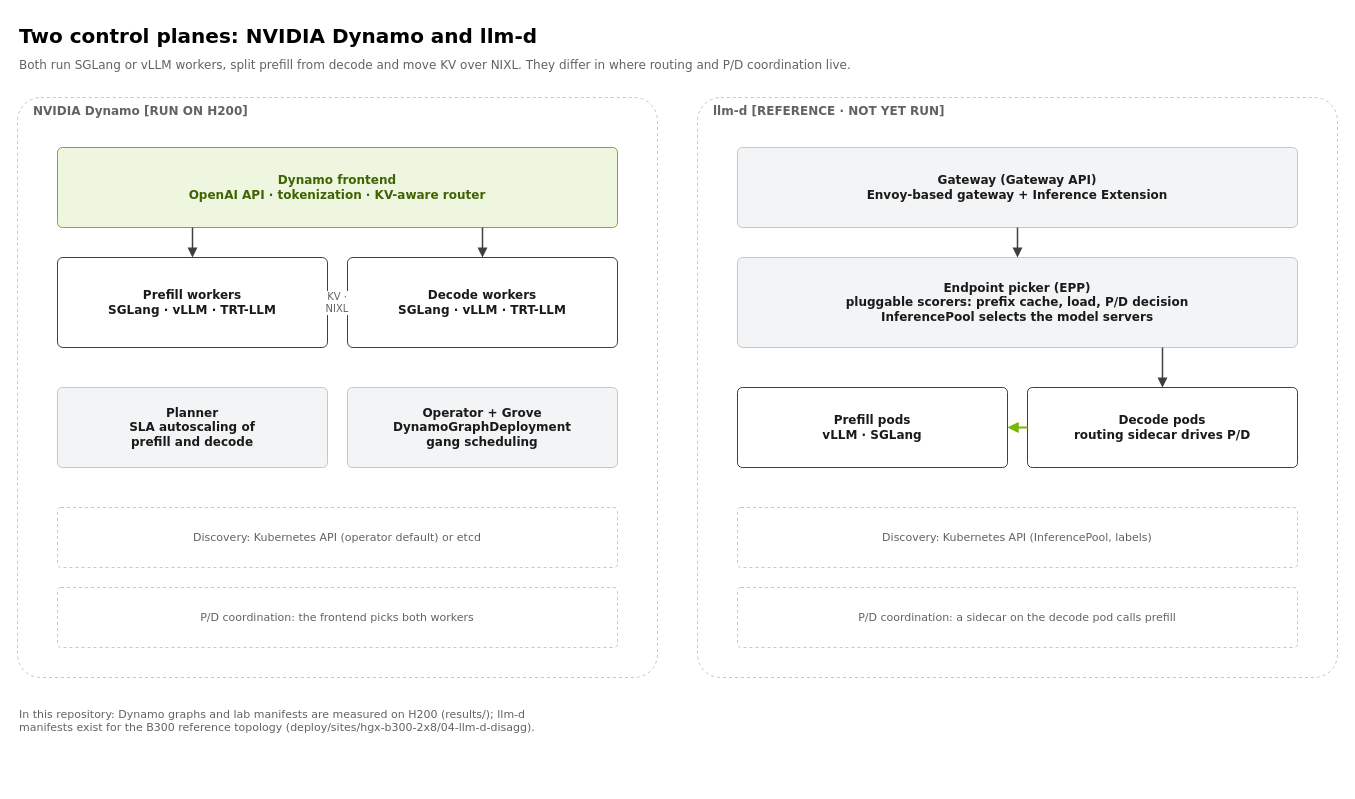
This is assets/diagrams/src/control-planes.drawio from bhajian/disaggregated-serving, a draw.io file, before an edit. Source tidied: cells renumbered, new cells numbered last; positions are measured from the earlier drawing's top-left corner, leaving out a move shared by most shapes. Both pictures are drawn from the tidied source at 100%, with x=0, y=0 at pixel (17, 17).
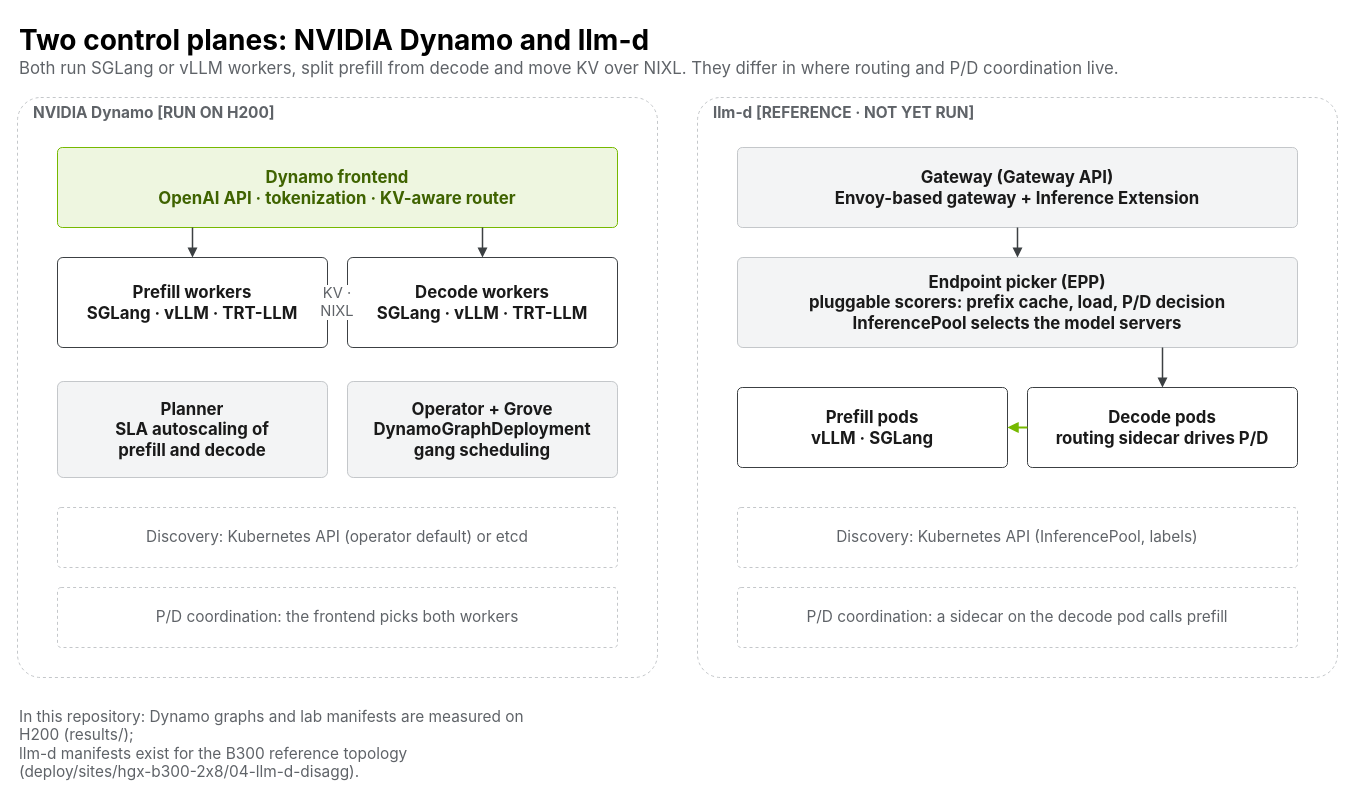
After the change.

The edit, as a diff of the source:
```diff
@@
-    <mxCell id="2" value="Two control planes: NVIDIA Dynamo and llm-d" style="html=1;fontFamily=DejaVu Sans;whiteSpace=wrap;text;fontSize=20;fontStyle=1;align=left;verticalAlign=top;" parent="1" vertex="1">
+    <mxCell id="2" value="Two control planes: NVIDIA Dynamo and llm-d" style="html=1;fontFamily=Inter;whiteSpace=wrap;text;fontSize=28.0;fontStyle=1;align=left;verticalAlign=top;" parent="1" vertex="1">
       <mxGeometry width="1320" height="30" as="geometry" />
     </mxCell>
-    <mxCell id="3" value="Both run SGLang or vLLM workers, split prefill from decode and move KV over NIXL. They differ in where routing and P/D coordination live." style="html=1;fontFamily=DejaVu Sans;whiteSpace=wrap;text;fontSize=12;fontColor=#5F6368;align=left;" parent="1" vertex="1">
+    <mxCell id="3" value="Both run SGLang or vLLM workers, split prefill from decode and move KV over NIXL. They differ in where routing and P/D coordination live." style="html=1;fontFamily=Inter;whiteSpace=wrap;text;fontSize=16.8;fontColor=#5F6368;align=left;" parent="1" vertex="1">
       <mxGeometry y="34" width="1320" height="24" as="geometry" />
     </mxCell>
-    <mxCell id="4" value="NVIDIA Dynamo    [RUN ON H200]" style="html=1;fontFamily=DejaVu Sans;whiteSpace=wrap;rounded=1;arcSize=4;fillColor=#FFFFFF;strokeColor=#C4C7CA;dashed=1;verticalAlign=top;align=left;spacingLeft=14;fontStyle=1;fontColor=#5F6368;" parent="1" vertex="1">
+    <mxCell id="4" value="NVIDIA Dynamo    [RUN ON H200]" style="html=1;fontFamily=Inter;whiteSpace=wrap;rounded=1;arcSize=4;fillColor=#FFFFFF;strokeColor=#C4C7CA;dashed=1;verticalAlign=top;align=left;spacingLeft=14;fontStyle=1;fontSize=15.4;fontColor=#5F6368;" parent="1" vertex="1">
       <mxGeometry y="80" width="640" height="580" as="geometry" />
     </mxCell>
-    <mxCell id="5" value="llm-d    [REFERENCE · NOT YET RUN]" style="html=1;fontFamily=DejaVu Sans;whiteSpace=wrap;rounded=1;arcSize=4;fillColor=#FFFFFF;strokeColor=#C4C7CA;dashed=1;verticalAlign=top;align=left;spacingLeft=14;fontStyle=1;fontColor=#5F6368;" parent="1" vertex="1">
+    <mxCell id="5" value="llm-d    [REFERENCE · NOT YET RUN]" style="html=1;fontFamily=Inter;whiteSpace=wrap;rounded=1;arcSize=4;fillColor=#FFFFFF;strokeColor=#C4C7CA;dashed=1;verticalAlign=top;align=left;spacingLeft=14;fontStyle=1;fontSize=15.4;fontColor=#5F6368;" parent="1" vertex="1">
       <mxGeometry x="680" y="80" width="640" height="580" as="geometry" />
     </mxCell>
-    <mxCell id="6" value="Dynamo frontend&#10;OpenAI API · tokenization · KV-aware router" style="html=1;fontFamily=DejaVu Sans;whiteSpace=wrap;rounded=1;arcSize=6;fillColor=#EEF6E0;strokeColor=#76B900;fontColor=#3F6300;dashed=0;fontSize=12;fontStyle=1;" parent="1" vertex="1">
+    <mxCell id="6" value="Dynamo frontend&#10;OpenAI API · tokenization · KV-aware router" style="html=1;fontFamily=Inter;whiteSpace=wrap;rounded=1;arcSize=6;fillColor=#EEF6E0;strokeColor=#76B900;fontColor=#3F6300;dashed=0;fontSize=16.8;fontStyle=1;" parent="1" vertex="1">
       <mxGeometry x="40" y="130" width="560" height="80" as="geometry" />
     </mxCell>
-    <mxCell id="7" value="Planner&#10;SLA autoscaling of&#10;prefill and decode" style="html=1;fontFamily=DejaVu Sans;whiteSpace=wrap;rounded=1;arcSize=6;fillColor=#F3F4F5;strokeColor=#C4C7CA;fontColor=#1A1A1A;dashed=0;fontSize=12;fontStyle=1;" parent="1" vertex="1">
-      <mxGeometry x="40" y="370" width="270" height="80" as="geometry" />
+    <mxCell id="7" value="Planner&#10;SLA autoscaling of&#10;prefill and decode" style="html=1;fontFamily=Inter;whiteSpace=wrap;rounded=1;arcSize=6;fillColor=#F3F4F5;strokeColor=#C4C7CA;fontColor=#1A1A1A;dashed=0;fontSize=16.8;fontStyle=1;" parent="1" vertex="1">
+      <mxGeometry x="40" y="364" width="270" height="96" as="geometry" />
     </mxCell>
-    <mxCell id="8" value="Operator + Grove&#10;DynamoGraphDeployment&#10;gang scheduling" style="html=1;fontFamily=DejaVu Sans;whiteSpace=wrap;rounded=1;arcSize=6;fillColor=#F3F4F5;strokeColor=#C4C7CA;fontColor=#1A1A1A;dashed=0;fontSize=12;fontStyle=1;" parent="1" vertex="1">
-      <mxGeometry x="330" y="370" width="270" height="80" as="geometry" />
+    <mxCell id="8" value="Operator + Grove&#10;DynamoGraphDeployment&#10;gang scheduling" style="html=1;fontFamily=Inter;whiteSpace=wrap;rounded=1;arcSize=6;fillColor=#F3F4F5;strokeColor=#C4C7CA;fontColor=#1A1A1A;dashed=0;fontSize=16.8;fontStyle=1;" parent="1" vertex="1">
+      <mxGeometry x="330" y="364" width="270" height="96" as="geometry" />
     </mxCell>
-    <mxCell id="9" value="Prefill workers&#10;SGLang · vLLM · TRT-LLM" style="html=1;fontFamily=DejaVu Sans;whiteSpace=wrap;rounded=1;arcSize=6;fillColor=#FFFFFF;strokeColor=#3C4043;fontColor=#1A1A1A;dashed=0;fontSize=12;fontStyle=1;" parent="1" vertex="1">
+    <mxCell id="9" value="Prefill workers&#10;SGLang · vLLM · TRT-LLM" style="html=1;fontFamily=Inter;whiteSpace=wrap;rounded=1;arcSize=6;fillColor=#FFFFFF;strokeColor=#3C4043;fontColor=#1A1A1A;dashed=0;fontSize=16.8;fontStyle=1;" parent="1" vertex="1">
       <mxGeometry x="40" y="240" width="270" height="90" as="geometry" />
     </mxCell>
-    <mxCell id="10" value="Decode workers&#10;SGLang · vLLM · TRT-LLM" style="html=1;fontFamily=DejaVu Sans;whiteSpace=wrap;rounded=1;arcSize=6;fillColor=#FFFFFF;strokeColor=#3C4043;fontColor=#1A1A1A;dashed=0;fontSize=12;fontStyle=1;" parent="1" vertex="1">
+    <mxCell id="10" value="Decode workers&#10;SGLang · vLLM · TRT-LLM" style="html=1;fontFamily=Inter;whiteSpace=wrap;rounded=1;arcSize=6;fillColor=#FFFFFF;strokeColor=#3C4043;fontColor=#1A1A1A;dashed=0;fontSize=16.8;fontStyle=1;" parent="1" vertex="1">
       <mxGeometry x="330" y="240" width="270" height="90" as="geometry" />
     </mxCell>
-    <mxCell id="11" value="Discovery: Kubernetes API (operator default) or etcd" style="html=1;fontFamily=DejaVu Sans;whiteSpace=wrap;rounded=1;arcSize=6;fillColor=#FFFFFF;strokeColor=#C4C7CA;fontColor=#5F6368;dashed=1;fontSize=11;" parent="1" vertex="1">
+    <mxCell id="11" value="Discovery: Kubernetes API (operator default) or etcd" style="html=1;fontFamily=Inter;whiteSpace=wrap;rounded=1;arcSize=6;fillColor=#FFFFFF;strokeColor=#C4C7CA;fontColor=#5F6368;dashed=1;fontSize=15.4;" parent="1" vertex="1">
       <mxGeometry x="40" y="490" width="560" height="60" as="geometry" />
     </mxCell>
-    <mxCell id="12" value="P/D coordination: the frontend picks both workers" style="html=1;fontFamily=DejaVu Sans;whiteSpace=wrap;rounded=1;arcSize=6;fillColor=#FFFFFF;strokeColor=#C4C7CA;fontColor=#5F6368;dashed=1;fontSize=11;" parent="1" vertex="1">
+    <mxCell id="12" value="P/D coordination: the frontend picks both workers" style="html=1;fontFamily=Inter;whiteSpace=wrap;rounded=1;arcSize=6;fillColor=#FFFFFF;strokeColor=#C4C7CA;fontColor=#5F6368;dashed=1;fontSize=15.4;" parent="1" vertex="1">
       <mxGeometry x="40" y="570" width="560" height="60" as="geometry" />
     </mxCell>
-    <mxCell id="13" value="Gateway (Gateway API)&#10;Envoy-based gateway + Inference Extension" style="html=1;fontFamily=DejaVu Sans;whiteSpace=wrap;rounded=1;arcSize=6;fillColor=#F3F4F5;strokeColor=#C4C7CA;fontColor=#1A1A1A;dashed=0;fontSize=12;fontStyle=1;" parent="1" vertex="1">
+    <mxCell id="13" value="Gateway (Gateway API)&#10;Envoy-based gateway + Inference Extension" style="html=1;fontFamily=Inter;whiteSpace=wrap;rounded=1;arcSize=6;fillColor=#F3F4F5;strokeColor=#C4C7CA;fontColor=#1A1A1A;dashed=0;fontSize=16.8;fontStyle=1;" parent="1" vertex="1">
       <mxGeometry x="720" y="130" width="560" height="80" as="geometry" />
     </mxCell>
-    <mxCell id="14" value="Endpoint picker (EPP)&#10;pluggable scorers: prefix cache, load, P/D decision&#10;InferencePool selects the model servers" style="html=1;fontFamily=DejaVu Sans;whiteSpace=wrap;rounded=1;arcSize=6;fillColor=#F3F4F5;strokeColor=#C4C7CA;fontColor=#1A1A1A;dashed=0;fontSize=12;fontStyle=1;" parent="1" vertex="1">
+    <mxCell id="14" value="Endpoint picker (EPP)&#10;pluggable scorers: prefix cache, load, P/D decision&#10;InferencePool selects the model servers" style="html=1;fontFamily=Inter;whiteSpace=wrap;rounded=1;arcSize=6;fillColor=#F3F4F5;strokeColor=#C4C7CA;fontColor=#1A1A1A;dashed=0;fontSize=16.8;fontStyle=1;" parent="1" vertex="1">
       <mxGeometry x="720" y="240" width="560" height="90" as="geometry" />
     </mxCell>
-    <mxCell id="15" value="Prefill pods&#10;vLLM · SGLang" style="html=1;fontFamily=DejaVu Sans;whiteSpace=wrap;rounded=1;arcSize=6;fillColor=#FFFFFF;strokeColor=#3C4043;fontColor=#1A1A1A;dashed=0;fontSize=12;fontStyle=1;" parent="1" vertex="1">
+    <mxCell id="15" value="Prefill pods&#10;vLLM · SGLang" style="html=1;fontFamily=Inter;whiteSpace=wrap;rounded=1;arcSize=6;fillColor=#FFFFFF;strokeColor=#3C4043;fontColor=#1A1A1A;dashed=0;fontSize=16.8;fontStyle=1;" parent="1" vertex="1">
       <mxGeometry x="720" y="370" width="270" height="80" as="geometry" />
     </mxCell>
-    <mxCell id="16" value="Decode pods&#10;routing sidecar drives P/D" style="html=1;fontFamily=DejaVu Sans;whiteSpace=wrap;rounded=1;arcSize=6;fillColor=#FFFFFF;strokeColor=#3C4043;fontColor=#1A1A1A;dashed=0;fontSize=12;fontStyle=1;" parent="1" vertex="1">
+    <mxCell id="16" value="Decode pods&#10;routing sidecar drives P/D" style="html=1;fontFamily=Inter;whiteSpace=wrap;rounded=1;arcSize=6;fillColor=#FFFFFF;strokeColor=#3C4043;fontColor=#1A1A1A;dashed=0;fontSize=16.8;fontStyle=1;" parent="1" vertex="1">
       <mxGeometry x="1010" y="370" width="270" height="80" as="geometry" />
     </mxCell>
-    <mxCell id="17" value="Discovery: Kubernetes API (InferencePool, labels)" style="html=1;fontFamily=DejaVu Sans;whiteSpace=wrap;rounded=1;arcSize=6;fillColor=#FFFFFF;strokeColor=#C4C7CA;fontColor=#5F6368;dashed=1;fontSize=11;" parent="1" vertex="1">
+    <mxCell id="17" value="Discovery: Kubernetes API (InferencePool, labels)" style="html=1;fontFamily=Inter;whiteSpace=wrap;rounded=1;arcSize=6;fillColor=#FFFFFF;strokeColor=#C4C7CA;fontColor=#5F6368;dashed=1;fontSize=15.4;" parent="1" vertex="1">
       <mxGeometry x="720" y="490" width="560" height="60" as="geometry" />
     </mxCell>
-    <mxCell id="18" value="P/D coordination: a sidecar on the decode pod calls prefill" style="html=1;fontFamily=DejaVu Sans;whiteSpace=wrap;rounded=1;arcSize=6;fillColor=#FFFFFF;strokeColor=#C4C7CA;fontColor=#5F6368;dashed=1;fontSize=11;" parent="1" vertex="1">
+    <mxCell id="18" value="P/D coordination: a sidecar on the decode pod calls prefill" style="html=1;fontFamily=Inter;whiteSpace=wrap;rounded=1;arcSize=6;fillColor=#FFFFFF;strokeColor=#C4C7CA;fontColor=#5F6368;dashed=1;fontSize=15.4;" parent="1" vertex="1">
       <mxGeometry x="720" y="570" width="560" height="60" as="geometry" />
     </mxCell>
-    <mxCell id="19" style="html=1;fontFamily=DejaVu Sans;whiteSpace=wrap;endArrow=block;endFill=1;strokeColor=#3C4043;strokeWidth=1.5;dashed=0;fontColor=#5F6368;fontSize=10;" parent="1" edge="1">
+    <mxCell id="19" style="html=1;fontFamily=Inter;whiteSpace=wrap;endArrow=block;endFill=1;strokeColor=#3C4043;strokeWidth=1.5;dashed=0;fontColor=#5F6368;fontSize=14.7;" parent="1" edge="1">
       <mxGeometry relative="1" as="geometry">
         <mxPoint x="175" y="210" as="sourcePoint" />
         <mxPoint x="175" y="240" as="targetPoint" />
       </mxGeometry>
     </mxCell>
-    <mxCell id="20" style="html=1;fontFamily=DejaVu Sans;whiteSpace=wrap;endArrow=block;endFill=1;strokeColor=#3C4043;strokeWidth=1.5;dashed=0;fontColor=#5F6368;fontSize=10;" parent="1" edge="1">
+    <mxCell id="20" style="html=1;fontFamily=Inter;whiteSpace=wrap;endArrow=block;endFill=1;strokeColor=#3C4043;strokeWidth=1.5;dashed=0;fontColor=#5F6368;fontSize=14.7;" parent="1" edge="1">
       <mxGeometry relative="1" as="geometry">
         <mxPoint x="465" y="210" as="sourcePoint" />
         <mxPoint x="465" y="240" as="targetPoint" />
       </mxGeometry>
     </mxCell>
-    <mxCell id="21" value="KV · NIXL" style="html=1;fontFamily=DejaVu Sans;whiteSpace=wrap;endArrow=block;endFill=1;strokeColor=#76B900;strokeWidth=2;dashed=0;fontColor=#5F6368;fontSize=10;" parent="1" edge="1">
+    <mxCell id="21" value="KV · NIXL" style="html=1;fontFamily=Inter;whiteSpace=wrap;endArrow=block;endFill=1;strokeColor=#76B900;strokeWidth=2;dashed=0;fontColor=#5F6368;fontSize=14.7;" parent="1" edge="1">
       <mxGeometry relative="1" as="geometry">
         <mxPoint x="310" y="285" as="sourcePoint" />
         <mxPoint x="330" y="285" as="targetPoint" />
       </mxGeometry>
     </mxCell>
-    <mxCell id="22" style="html=1;fontFamily=DejaVu Sans;whiteSpace=wrap;endArrow=block;endFill=1;strokeColor=#3C4043;strokeWidth=1.5;dashed=0;fontColor=#5F6368;fontSize=10;" parent="1" edge="1">
+    <mxCell id="22" style="html=1;fontFamily=Inter;whiteSpace=wrap;endArrow=block;endFill=1;strokeColor=#3C4043;strokeWidth=1.5;dashed=0;fontColor=#5F6368;fontSize=14.7;" parent="1" edge="1">
       <mxGeometry relative="1" as="geometry">
         <mxPoint x="1145" y="330" as="sourcePoint" />
         <mxPoint x="1145" y="370" as="targetPoint" />
       </mxGeometry>
     </mxCell>
-    <mxCell id="23" style="html=1;fontFamily=DejaVu Sans;whiteSpace=wrap;endArrow=block;endFill=1;strokeColor=#76B900;strokeWidth=2;dashed=0;fontColor=#5F6368;fontSize=10;" parent="1" edge="1">
+    <mxCell id="23" style="html=1;fontFamily=Inter;whiteSpace=wrap;endArrow=block;endFill=1;strokeColor=#76B900;strokeWidth=2;dashed=0;fontColor=#5F6368;fontSize=14.7;" parent="1" edge="1">
       <mxGeometry relative="1" as="geometry">
         <mxPoint x="1010" y="410" as="sourcePoint" />
         <mxPoint x="990" y="410" as="targetPoint" />
       </mxGeometry>
     </mxCell>
-    <mxCell id="24" style="html=1;fontFamily=DejaVu Sans;whiteSpace=wrap;endArrow=block;endFill=1;strokeColor=#3C4043;strokeWidth=1.5;dashed=0;fontColor=#5F6368;fontSize=10;" parent="1" edge="1">
+    <mxCell id="24" style="html=1;fontFamily=Inter;whiteSpace=wrap;endArrow=block;endFill=1;strokeColor=#3C4043;strokeWidth=1.5;dashed=0;fontColor=#5F6368;fontSize=14.7;" parent="1" edge="1">
       <mxGeometry relative="1" as="geometry">
         <mxPoint x="1000" y="210" as="sourcePoint" />
         <mxPoint x="1000" y="240" as="targetPoint" />
       </mxGeometry>
     </mxCell>
-    <mxCell id="25" value="In this repository: Dynamo graphs and lab manifests are measured on H200 (results/); llm-d manifests exist for the B300 reference topology (deploy/sites/hgx-b300-2x8/04-llm-d-disagg)." style="html=1;fontFamily=DejaVu Sans;whiteSpace=wrap;text;fontSize=11;fontColor=#5F6368;align=left;verticalAlign=top;" parent="1" vertex="1">
+    <mxCell id="25" value="In this repository: Dynamo graphs and lab manifests are measured on H200 (results/);&#10;llm-d manifests exist for the B300 reference topology (deploy/sites/hgx-b300-2x8/04-llm-d-disagg)." style="html=1;fontFamily=Inter;whiteSpace=wrap;text;fontSize=15.4;fontColor=#5F6368;align=left;verticalAlign=top;" parent="1" vertex="1">
       <mxGeometry y="684" width="520" height="24" as="geometry" />
     </mxCell>
```
